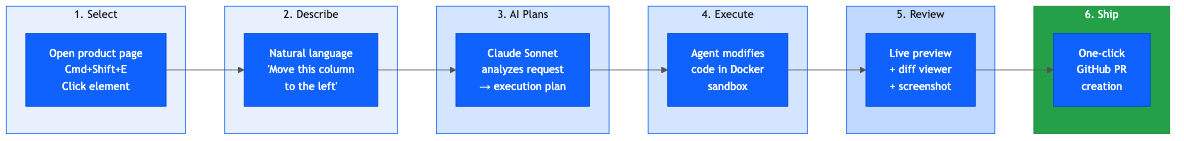
kyungjaeha-moloco/moloco-inspect keeps this Mermaid diagram as docs/images/01-request-flow.png. Above is the earlier version. Its source is kept beside it as docs/images/01-request-flow.mmd. Its diagram source:
```mermaid
%%{init: {'theme': 'base', 'themeVariables': { 'primaryColor': '#0f62fe', 'primaryTextColor': '#fff', 'primaryBorderColor': '#0043ce', 'lineColor': '#525252', 'secondaryColor': '#e0e0e0', 'tertiaryColor': '#f4f4f4', 'fontSize': '14px' }}}%%
flowchart LR
    subgraph SELECT["1. Select"]
        A["Open product page<br/>Cmd+Shift+E<br/>Click element"]
    end
    subgraph DESCRIBE["2. Describe"]
        B["Natural language<br/>'Move this column<br/>to the left'"]
    end
    subgraph PLAN["3. AI Plans"]
        C["Claude Sonnet<br/>analyzes request<br/>→ execution plan"]
    end
    subgraph EXECUTE["4. Execute"]
        D["Agent modifies<br/>code in Docker<br/>sandbox"]
    end
    subgraph REVIEW["5. Review"]
        E["Live preview<br/>+ diff viewer<br/>+ screenshot"]
    end
    subgraph SHIP["6. Ship"]
        F["One-click<br/>GitHub PR<br/>creation"]
    end

    A --> B --> C --> D --> E --> F

    style SELECT fill:#e8f0fe,stroke:#0f62fe,color:#161616
    style DESCRIBE fill:#e8f0fe,stroke:#0f62fe,color:#161616
    style PLAN fill:#d4e5ff,stroke:#0f62fe,color:#161616
    style EXECUTE fill:#d4e5ff,stroke:#0f62fe,color:#161616
    style REVIEW fill:#c1d8ff,stroke:#0f62fe,color:#161616
    style SHIP fill:#24a148,stroke:#198038,color:#fff
```
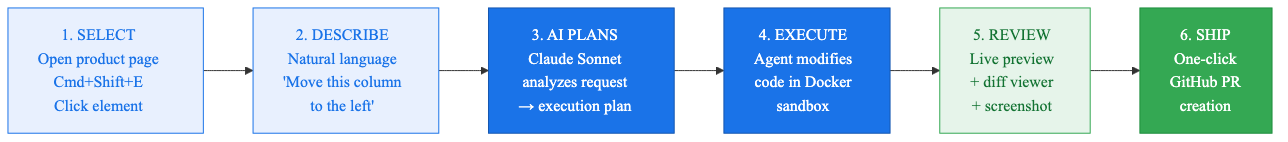
After the change.

Change to the diagram source:
```diff
@@ -1,29 +1,17 @@
-%%{init: {'theme': 'base', 'themeVariables': { 'primaryColor': '#0f62fe', 'primaryTextColor': '#fff', 'primaryBorderColor': '#0043ce', 'lineColor': '#525252', 'secondaryColor': '#e0e0e0', 'tertiaryColor': '#f4f4f4', 'fontSize': '14px' }}}%%
+%%{init: {'theme': 'base', 'themeVariables': { 'primaryColor': '#1a73e8', 'primaryTextColor': '#ffffff', 'lineColor': '#333333', 'fontSize': '16px', 'fontFamily': 'Inter, Helvetica, Arial, sans-serif' }}}%%
 flowchart LR
-    subgraph SELECT["1. Select"]
-        A["Open product page<br/>Cmd+Shift+E<br/>Click element"]
-    end
-    subgraph DESCRIBE["2. Describe"]
-        B["Natural language<br/>'Move this column<br/>to the left'"]
-    end
-    subgraph PLAN["3. AI Plans"]
-        C["Claude Sonnet<br/>analyzes request<br/>→ execution plan"]
-    end
-    subgraph EXECUTE["4. Execute"]
-        D["Agent modifies<br/>code in Docker<br/>sandbox"]
-    end
-    subgraph REVIEW["5. Review"]
-        E["Live preview<br/>+ diff viewer<br/>+ screenshot"]
-    end
-    subgraph SHIP["6. Ship"]
-        F["One-click<br/>GitHub PR<br/>creation"]
-    end
+    A["1. SELECT\nOpen product page\nCmd+Shift+E\nClick element"]
+    B["2. DESCRIBE\nNatural language\n'Move this column\nto the left'"]
+    C["3. AI PLANS\nClaude Sonnet\nanalyzes request\n→ execution plan"]
+    D["4. EXECUTE\nAgent modifies\ncode in Docker\nsandbox"]
+    E["5. REVIEW\nLive preview\n+ diff viewer\n+ screenshot"]
+    F["6. SHIP\nOne-click\nGitHub PR\ncreation"]
 
     A --> B --> C --> D --> E --> F
 
-    style SELECT fill:#e8f0fe,stroke:#0f62fe,color:#161616
-    style DESCRIBE fill:#e8f0fe,stroke:#0f62fe,color:#161616
-    style PLAN fill:#d4e5ff,stroke:#0f62fe,color:#161616
-    style EXECUTE fill:#d4e5ff,stroke:#0f62fe,color:#161616
-    style REVIEW fill:#c1d8ff,stroke:#0f62fe,color:#161616
-    style SHIP fill:#24a148,stroke:#198038,color:#fff
+    style A fill:#e8f0fe,stroke:#1a73e8,color:#1a73e8
+    style B fill:#e8f0fe,stroke:#1a73e8,color:#1a73e8
+    style C fill:#1a73e8,stroke:#1557b0,color:#ffffff
+    style D fill:#1a73e8,stroke:#1557b0,color:#ffffff
+    style E fill:#e6f4ea,stroke:#34a853,color:#137333
+    style F fill:#34a853,stroke:#1e8e3e,color:#ffffff
```
